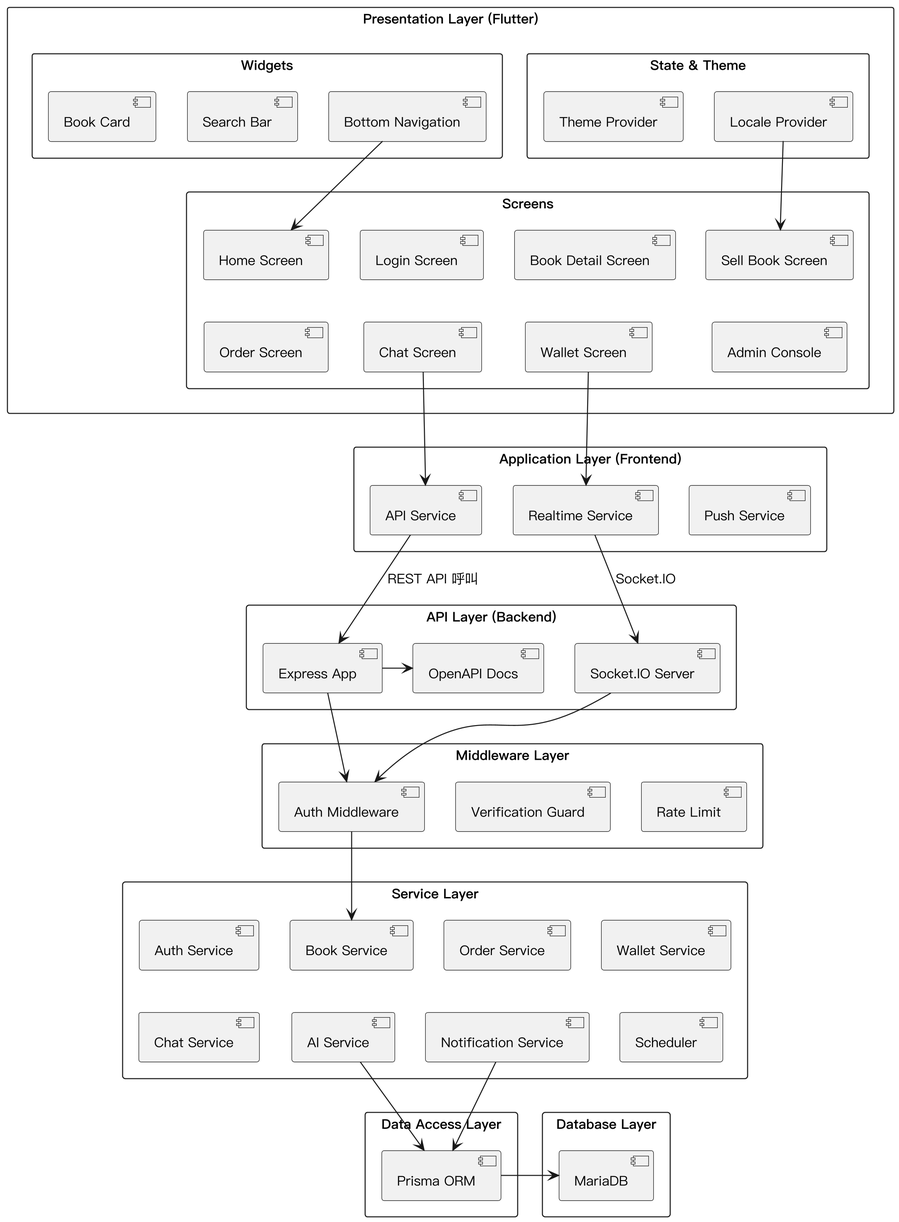
This is Diagrams/Package Diagram/v3/package.png from SaveMyBook/SaveMyBook, a PlantUML export, as it was before one commit.
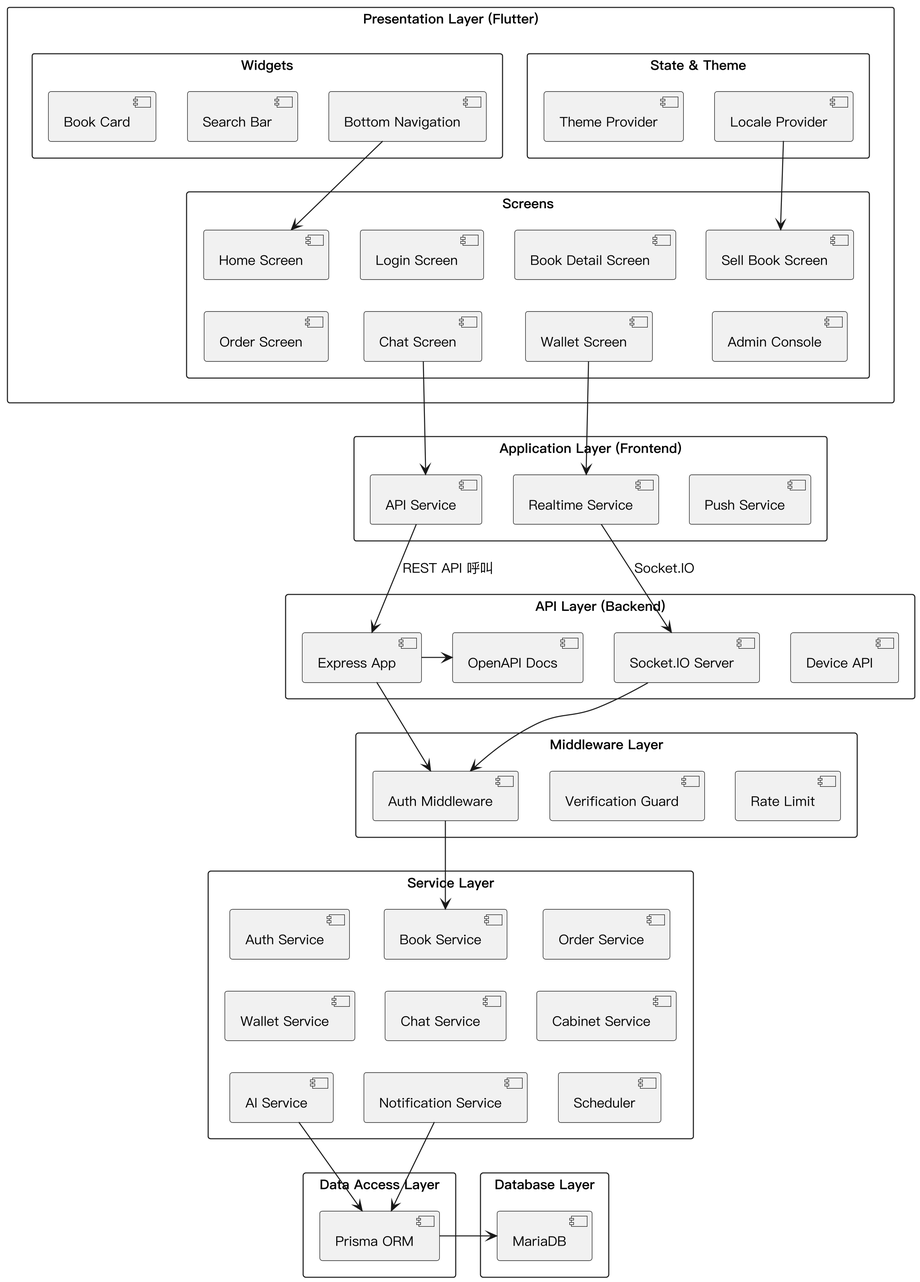
Later version of the same file.

The edit, as a diff of the source:
```diff
@@ -6,7 +6,7 @@
 skinparam defaultFontSize 13
 skinparam packageStyle rectangle
 skinparam nodesep 30
-skinparam ranksep 40
+skinparam ranksep 30
 
 package "Presentation Layer (Flutter)" as PL {
   package "Widgets" as W {
@@ -40,6 +40,7 @@
   component "Express App" as express
   component "Socket.IO Server" as sio
   component "OpenAPI Docs" as docs
+  component "Device API" as devapi
 }
 
 package "Middleware Layer" as ML {
@@ -54,9 +55,10 @@
   component "Order Service" as a3
   component "Wallet Service" as a4
   component "Chat Service" as a5
-  component "AI Service" as a6
-  component "Notification Service" as a7
-  component "Scheduler" as a8
+  component "Cabinet Service" as a6
+  component "AI Service" as a7
+  component "Notification Service" as a8
+  component "Scheduler" as a9
 }
 
 package "Data Access Layer" as DL {
@@ -83,16 +85,19 @@
 apisvc --> express : REST API 呼叫
 rtsvc --> sio : Socket.IO
 express -right-> docs
+sio -[hidden]right- devapi
 express --> mauth
 sio --> mauth
 mauth -[hidden]right- mver
 mver -[hidden]right- mrate
 mauth --> a2
-a1 -[hidden]- a5
-a2 -[hidden]- a6
-a3 -[hidden]- a7
-a4 -[hidden]- a8
-a6 --> prisma
+a1 -[hidden]- a4
+a2 -[hidden]- a5
+a3 -[hidden]- a6
+a4 -[hidden]- a7
+a5 -[hidden]- a8
+a6 -[hidden]- a9
 a7 --> prisma
+a8 --> prisma
 prisma -right-> maria
 @enduml
```
